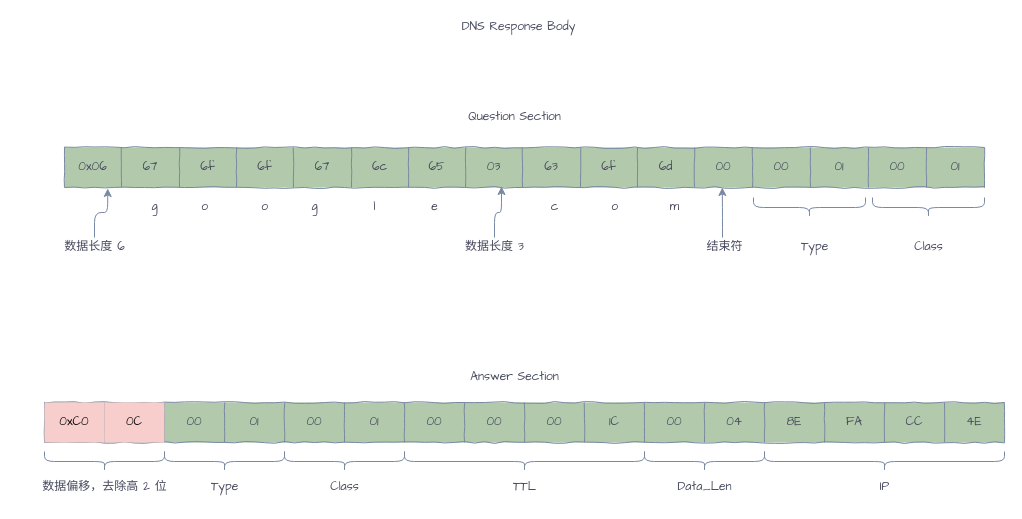
Before: page "dns-body-rsp-example" (10 of 12) of dns.drawio in silan-liu/drawio, a draw.io diagram. Source tidied: cells renumbered, new cells numbered last; positions are measured from the earlier drawing's top-left corner, leaving out a move shared by most shapes. Both pictures are drawn from the tidied source at 100%, with x=0, y=0 at pixel (34, 17).
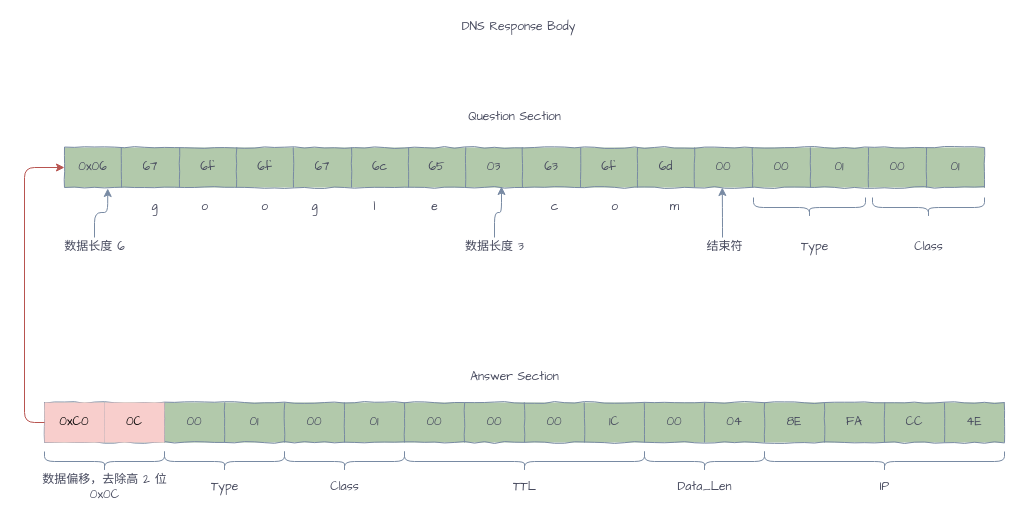
Above is the later version.

Unchanged cells that the change refers to:
```xml
<mxCell id="3" style="shape=partialRectangle;fillColor=none;top=0;left=0;bottom=0;right=0;points=[[0,0.5],[1,0.5]];portConstraint=eastwest;strokeColor=#788AA3;fontColor=#46495D;fontFamily=Comic Sans MS;" parent="2" vertex="1">
  <mxGeometry width="920" height="40" as="geometry" />
</mxCell>
<mxCell id="41" style="shape=partialRectangle;fillColor=none;top=0;left=0;bottom=0;right=0;points=[[0,0.5],[1,0.5]];portConstraint=eastwest;strokeColor=#788AA3;fontColor=#46495D;fontFamily=Comic Sans MS;" parent="40" vertex="1">
  <mxGeometry width="960" height="40" as="geometry" />
</mxCell>
```

Diff of the diagram source:
```diff
@@
-    <mxCell id="60" value="数据偏移，去除高 2 位" style="text;html=1;align=center;verticalAlign=middle;strokeColor=none;fontFamily=Comic Sans MS;fontColor=#46495D;" parent="1" vertex="1">
-      <mxGeometry y="460" width="140" height="20" as="geometry" />
+    <mxCell id="60" value="数据偏移，去除高 2 位&lt;br&gt;0x0C" style="text;html=1;align=center;verticalAlign=middle;strokeColor=none;fontFamily=Comic Sans MS;fontColor=#46495D;" parent="1" vertex="1">
+      <mxGeometry y="455" width="140" height="30" as="geometry" />
     </mxCell>
@@
+    <mxCell id="72" style="edgeStyle=orthogonalEdgeStyle;curved=0;rounded=1;sketch=0;jettySize=auto;html=1;entryX=0;entryY=0.5;entryDx=0;entryDy=0;fontFamily=Comic Sans MS;fontColor=#46495D;strokeColor=#b85450;fillColor=#f8cecc;" parent="1" edge="1" source="41" target="3">
+      <mxGeometry relative="1" as="geometry" />
+    </mxCell>
```
